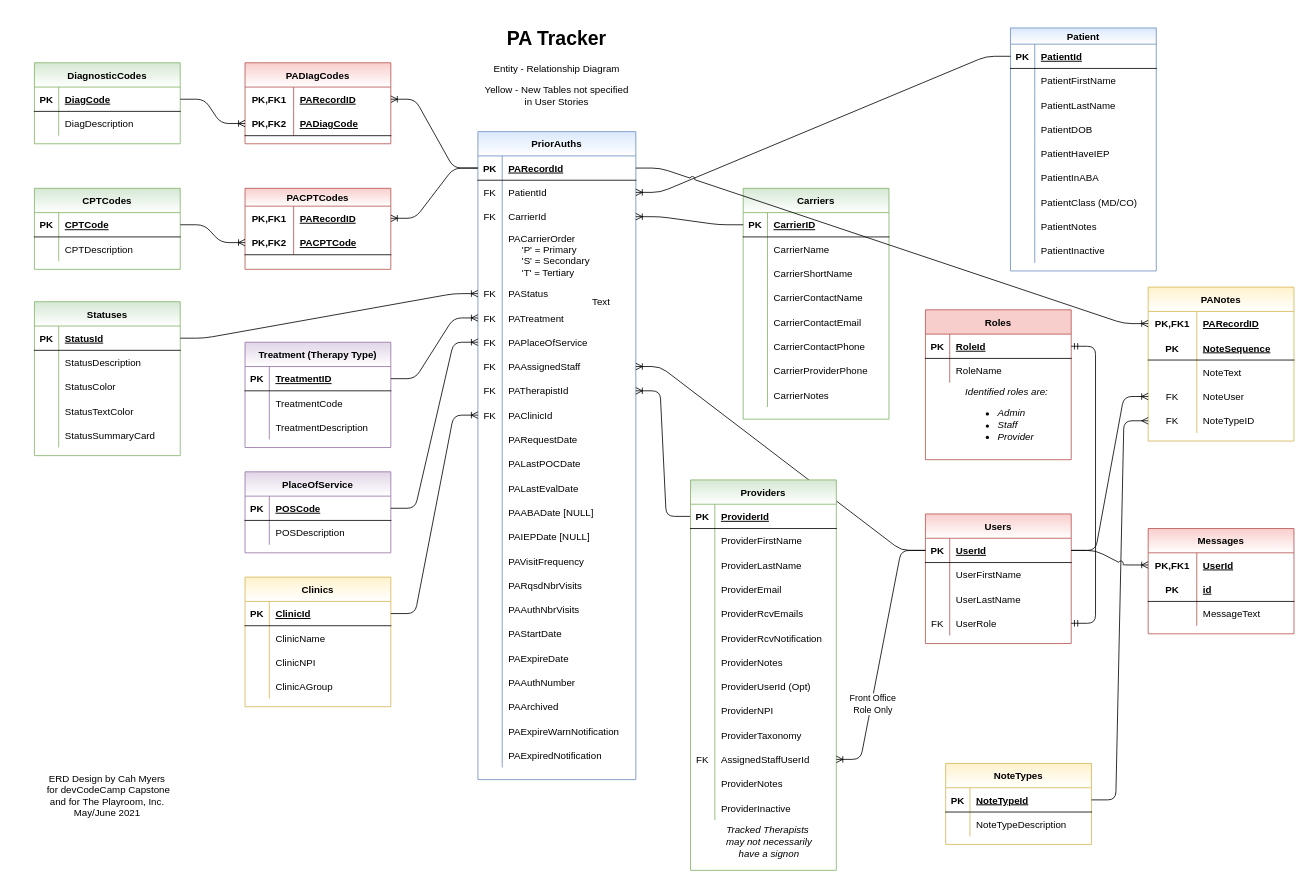
cashmy/PA_Backend keeps this draw.io diagram as PA_Tracker_Db.drawio. Above is the earlier version. Source tidied: cells renumbered, new cells numbered last; positions are measured from the earlier drawing's top-left corner, leaving out a move shared by most shapes. Both pictures are drawn from the tidied source at 81%, with x=0, y=0 at pixel (14, 22).
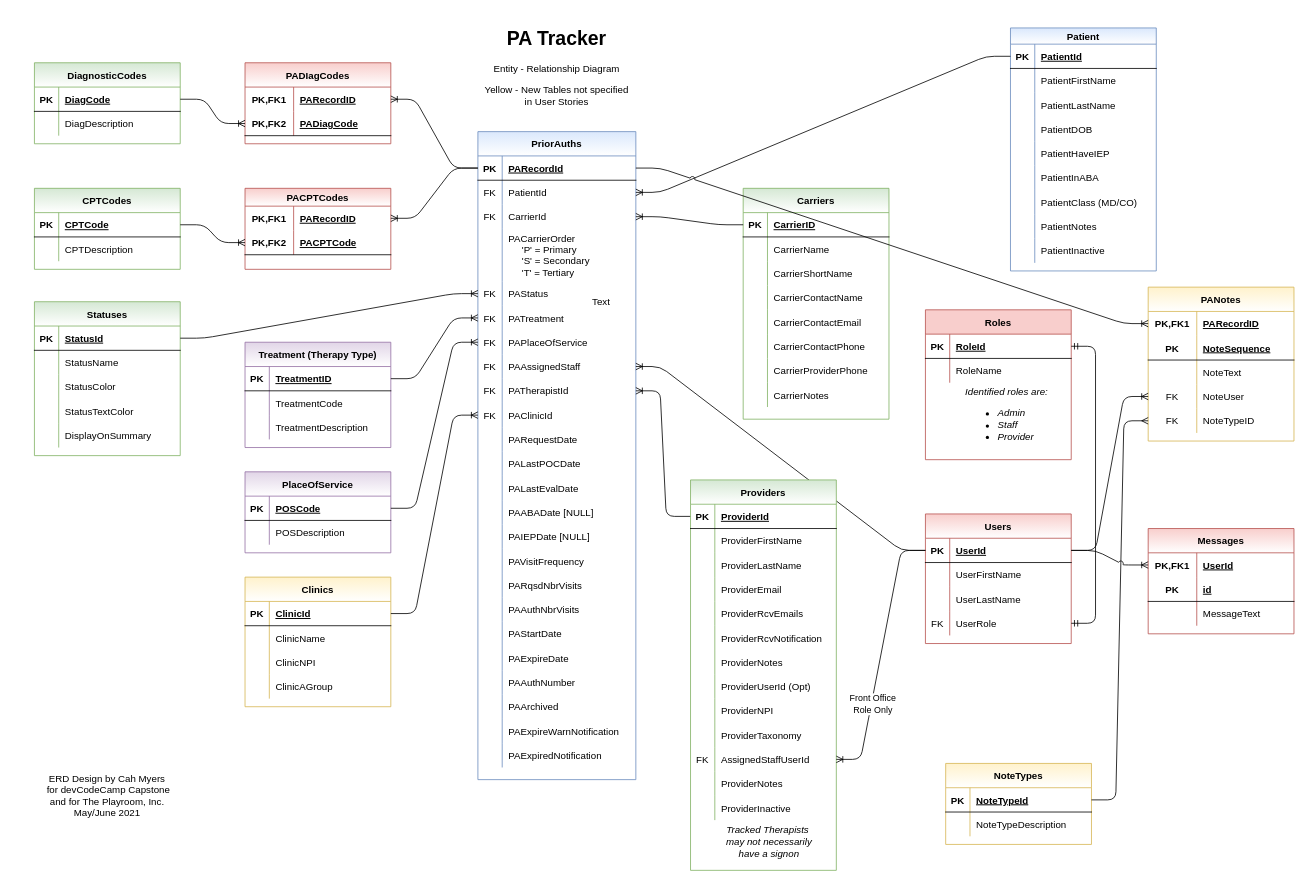
Above is the later version.

Commit message:
Update Status field names

Unchanged cells that the change refers to:
```xml
<mxCell id="90" style="shape=partialRectangle;fillColor=none;top=0;left=0;bottom=0;right=0;" parent="86" vertex="1">
  <mxGeometry y="60" width="180" height="30" as="geometry" />
</mxCell>
<mxCell id="99" style="shape=partialRectangle;fillColor=none;top=0;left=0;bottom=0;right=0;" parent="86" vertex="1">
  <mxGeometry y="150" width="180" height="30" as="geometry" />
</mxCell>
```

Change to the diagram source:
```diff
@@
-    <mxCell id="92" value="StatusDescription" style="shape=partialRectangle;fillColor=none;top=0;left=0;bottom=0;right=0;align=left;spacingLeft=6;overflow=hidden;" parent="90" vertex="1">
+    <mxCell id="92" value="StatusName" style="shape=partialRectangle;fillColor=none;top=0;left=0;bottom=0;right=0;align=left;spacingLeft=6;overflow=hidden;" parent="90" vertex="1">
       <mxGeometry x="30" width="150" height="30" as="geometry" />
     </mxCell>
@@
-    <mxCell id="101" value="StatusSummaryCard" style="shape=partialRectangle;fillColor=none;top=0;left=0;bottom=0;right=0;align=left;spacingLeft=6;overflow=hidden;" parent="99" vertex="1">
+    <mxCell id="101" value="DisplayOnSummary" style="shape=partialRectangle;fillColor=none;top=0;left=0;bottom=0;right=0;align=left;spacingLeft=6;overflow=hidden;" parent="99" vertex="1">
       <mxGeometry x="30" width="150" height="30" as="geometry" />
     </mxCell>
```
